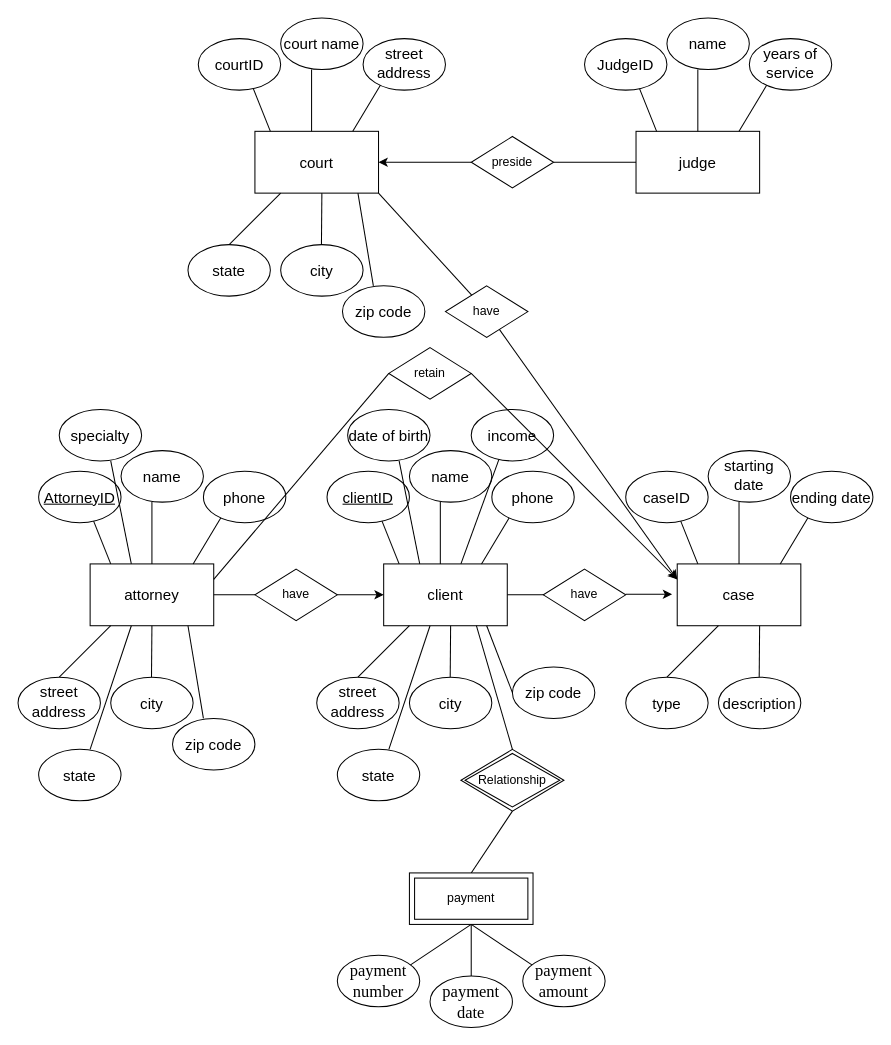
Earlier version of the draw.io diagram HW4P1.drawio (haoyuw10/CS411). Source tidied: cells renumbered, new cells numbered last; positions are measured from the earlier drawing's top-left corner, leaving out a move shared by most shapes. Both pictures are drawn from the tidied source at 103%, with x=0, y=0 at pixel (18, 18).
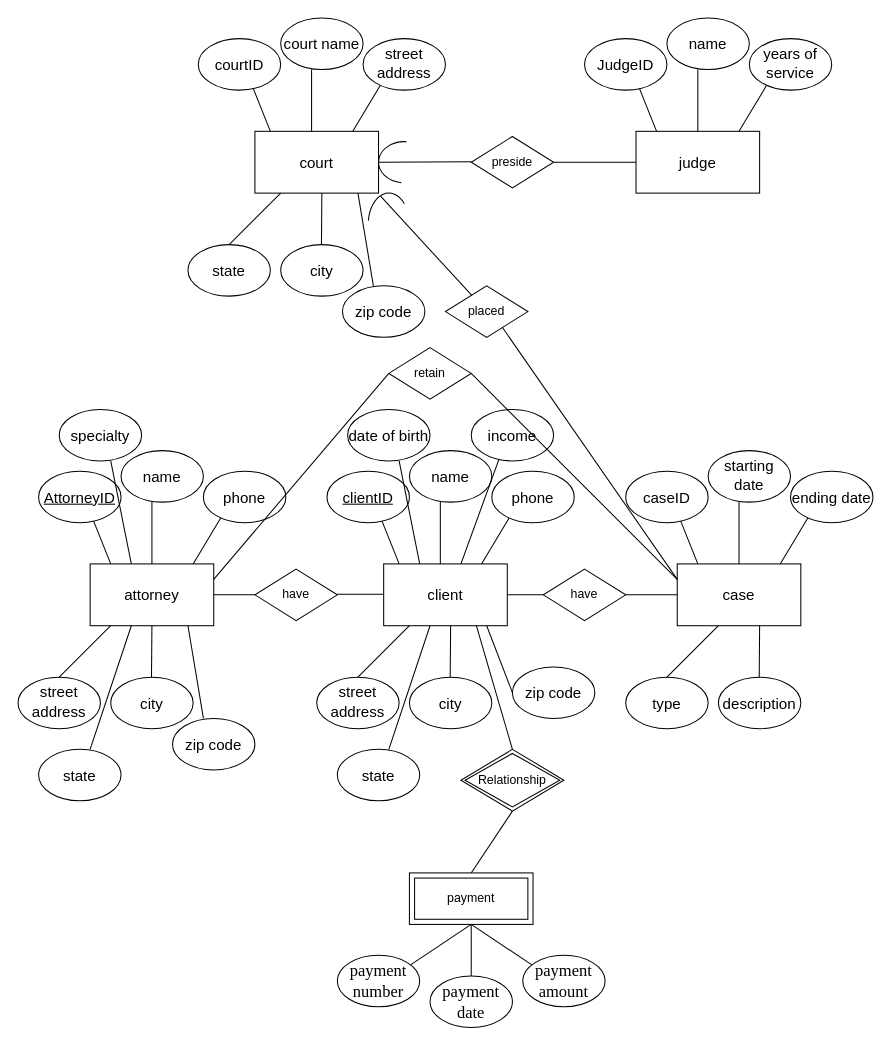
Above is the later version.

Unchanged cells that the change refers to:
```xml
<mxCell id="3" value="&lt;span lang=&quot;EN&quot; style=&quot;font-size: 11pt ; line-height: 16.866666793823242px ; font-family: &amp;#34;arial&amp;#34; , sans-serif&quot;&gt;client&lt;/span&gt;&lt;span style=&quot;font-size: medium&quot;&gt;&lt;/span&gt;" style="rounded=0;whiteSpace=wrap;html=1;" parent="1" vertex="1">
  <mxGeometry x="355" y="530" width="120" height="60" as="geometry" />
</mxCell>
<mxCell id="5" value="&lt;span lang=&quot;EN&quot; style=&quot;font-size: 11pt ; line-height: 16.866666793823242px ; font-family: &amp;#34;arial&amp;#34; , sans-serif&quot;&gt;court&lt;/span&gt;&lt;span style=&quot;font-size: medium&quot;&gt;&lt;/span&gt;" style="rounded=0;whiteSpace=wrap;html=1;" parent="1" vertex="1">
  <mxGeometry x="230" y="110" width="120" height="60" as="geometry" />
</mxCell>
<mxCell id="6" value="&lt;span lang=&quot;EN&quot; style=&quot;font-size: 11pt ; line-height: 16.866666793823242px ; font-family: &amp;#34;arial&amp;#34; , sans-serif&quot;&gt;case&lt;/span&gt;&lt;span style=&quot;font-size: medium&quot;&gt;&lt;/span&gt;" style="rounded=0;whiteSpace=wrap;html=1;" parent="1" vertex="1">
  <mxGeometry x="640" y="530" width="120" height="60" as="geometry" />
</mxCell>
<mxCell id="58" value="retain" style="rhombus;whiteSpace=wrap;html=1;" parent="1" vertex="1">
  <mxGeometry x="360" y="320" width="80" height="50" as="geometry" />
</mxCell>
```

Change to the diagram source:
```diff
@@
-    <mxCell id="25" style="endArrow=classic;html=1;entryX=0;entryY=0.5;entryDx=0;entryDy=0;" parent="1" edge="1" target="3">
-      <mxGeometry relative="1" as="geometry">
-        <mxPoint x="310" y="560" as="sourcePoint" />
-      </mxGeometry>
-    </mxCell>
@@
-    <mxCell id="46" style="endArrow=classic;html=1;entryX=0;entryY=0.5;entryDx=0;entryDy=0;" parent="1" edge="1">
-      <mxGeometry relative="1" as="geometry">
-        <mxPoint x="590" y="559.5" as="sourcePoint" />
-        <mxPoint x="635" y="559.5" as="targetPoint" />
-      </mxGeometry>
-    </mxCell>
@@
-    <mxCell id="59" style="endArrow=classic;html=1;entryX=0;entryY=0.25;entryDx=0;entryDy=0;exitX=1;exitY=0.5;exitDx=0;exitDy=0;" parent="1" edge="1" source="58" target="6">
-      <mxGeometry relative="1" as="geometry" />
-    </mxCell>
@@
-    <mxCell id="72" value="have" style="rhombus;whiteSpace=wrap;html=1;" parent="1" vertex="1">
+    <mxCell id="72" value="placed" style="rhombus;whiteSpace=wrap;html=1;" parent="1" vertex="1">
       <mxGeometry x="415" y="260" width="80" height="50" as="geometry" />
     </mxCell>
-    <mxCell id="73" style="endArrow=classic;html=1;entryX=0;entryY=0.25;entryDx=0;entryDy=0;" parent="1" edge="1" source="72" target="6">
-      <mxGeometry relative="1" as="geometry" />
-    </mxCell>
-    <mxCell id="74" style="endArrow=none;html=1;exitX=1;exitY=1;exitDx=0;exitDy=0;" parent="1" edge="1" source="5" target="72">
-      <mxGeometry relative="1" as="geometry" />
-    </mxCell>
@@
-    <mxCell id="83" style="endArrow=classic;html=1;" parent="1" edge="1">
-      <mxGeometry relative="1" as="geometry">
-        <mxPoint x="440" y="140" as="sourcePoint" />
-        <mxPoint x="350" y="140" as="targetPoint" />
-      </mxGeometry>
-    </mxCell>
@@
+    <mxCell id="94" style="endArrow=none;html=1;exitX=0;exitY=0.25;exitDx=0;exitDy=0;" parent="1" edge="1" source="6">
+      <mxGeometry relative="1" as="geometry">
+        <mxPoint x="470" y="300" as="targetPoint" />
+      </mxGeometry>
+    </mxCell>
+    <mxCell id="95" style="verticalLabelPosition=bottom;verticalAlign=top;html=1;shape=mxgraph.basic.arc;startAngle=0.26737231317754573;endAngle=0.7644289691881523;direction=south;" parent="1" vertex="1">
+      <mxGeometry x="350" y="120" width="50" height="40" as="geometry" />
+    </mxCell>
+    <mxCell id="96" style="endArrow=none;html=1;" parent="1" edge="1">
+      <mxGeometry relative="1" as="geometry">
+        <mxPoint x="350" y="140" as="sourcePoint" />
+        <mxPoint x="440" y="139.5" as="targetPoint" />
+      </mxGeometry>
+    </mxCell>
+    <mxCell id="97" style="verticalLabelPosition=bottom;verticalAlign=top;html=1;shape=mxgraph.basic.arc;startAngle=0.26737231317754573;endAngle=0.636046474930771;direction=west;" parent="1" vertex="1">
+      <mxGeometry x="340" y="170" width="40" height="60" as="geometry" />
+    </mxCell>
+    <mxCell id="98" style="endArrow=none;html=1;entryX=0.7;entryY=0.95;entryDx=0;entryDy=0;entryPerimeter=0;" parent="1" edge="1" source="72" target="97">
+      <mxGeometry relative="1" as="geometry" />
+    </mxCell>
+    <mxCell id="99" style="endArrow=none;html=1;" parent="1" edge="1">
+      <mxGeometry relative="1" as="geometry">
+        <mxPoint x="355" y="559.5" as="sourcePoint" />
+        <mxPoint x="310" y="559.5" as="targetPoint" />
+      </mxGeometry>
+    </mxCell>
+    <mxCell id="100" style="endArrow=none;html=1;exitX=0;exitY=0.5;exitDx=0;exitDy=0;" parent="1" edge="1" source="6">
+      <mxGeometry relative="1" as="geometry">
+        <mxPoint x="590" y="560" as="targetPoint" />
+      </mxGeometry>
+    </mxCell>
+    <mxCell id="101" style="endArrow=none;html=1;exitX=0;exitY=0.25;exitDx=0;exitDy=0;entryX=1;entryY=0.5;entryDx=0;entryDy=0;" parent="1" edge="1" source="6" target="58">
+      <mxGeometry relative="1" as="geometry" />
+    </mxCell>
```
